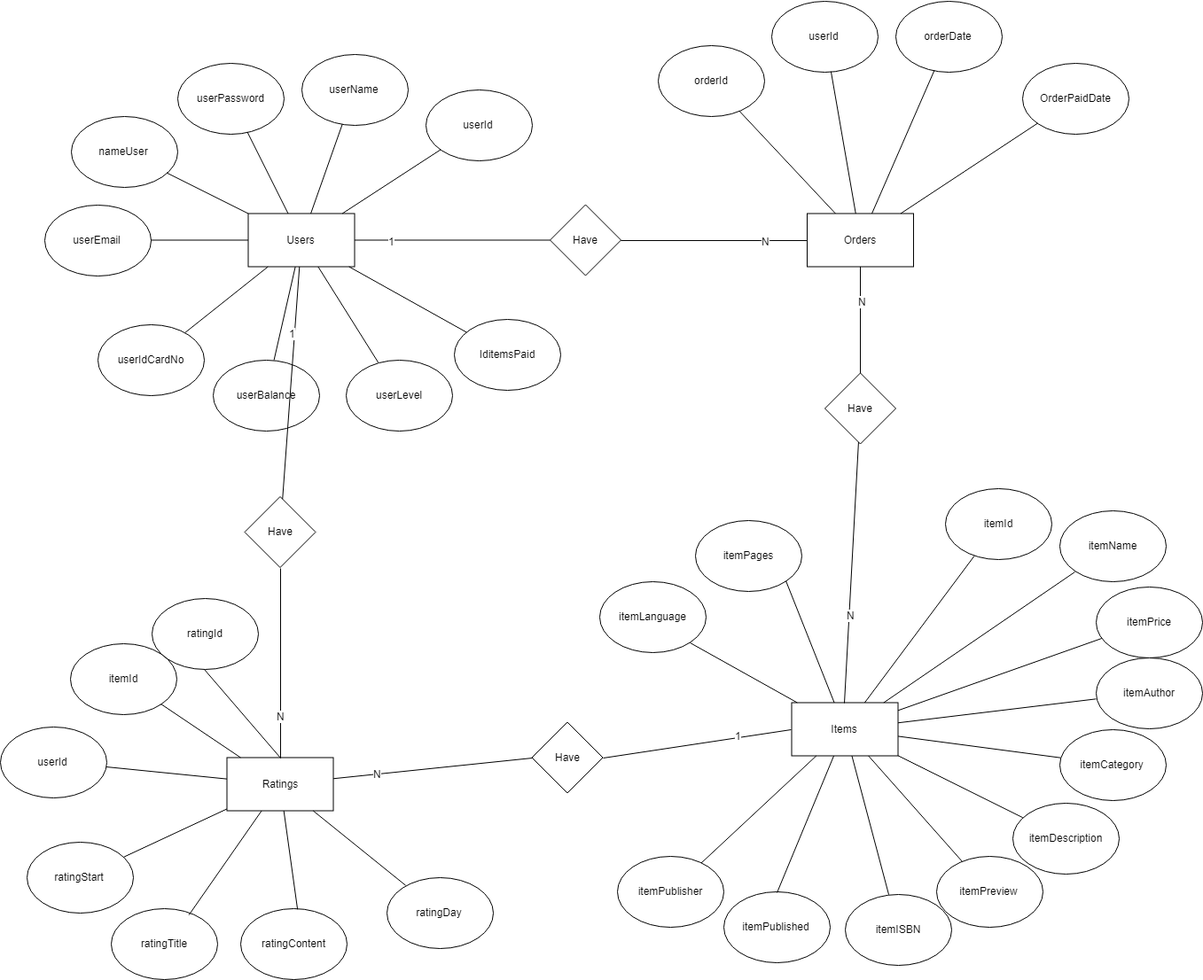
The draw.io diagram Documents/erd/erd .png in tung120320/E-Book-Order-G02, before a commit. Source tidied: cells renumbered, new cells last; positions are measured from the earlier drawing's top-left corner, leaving out a move shared by most shapes.
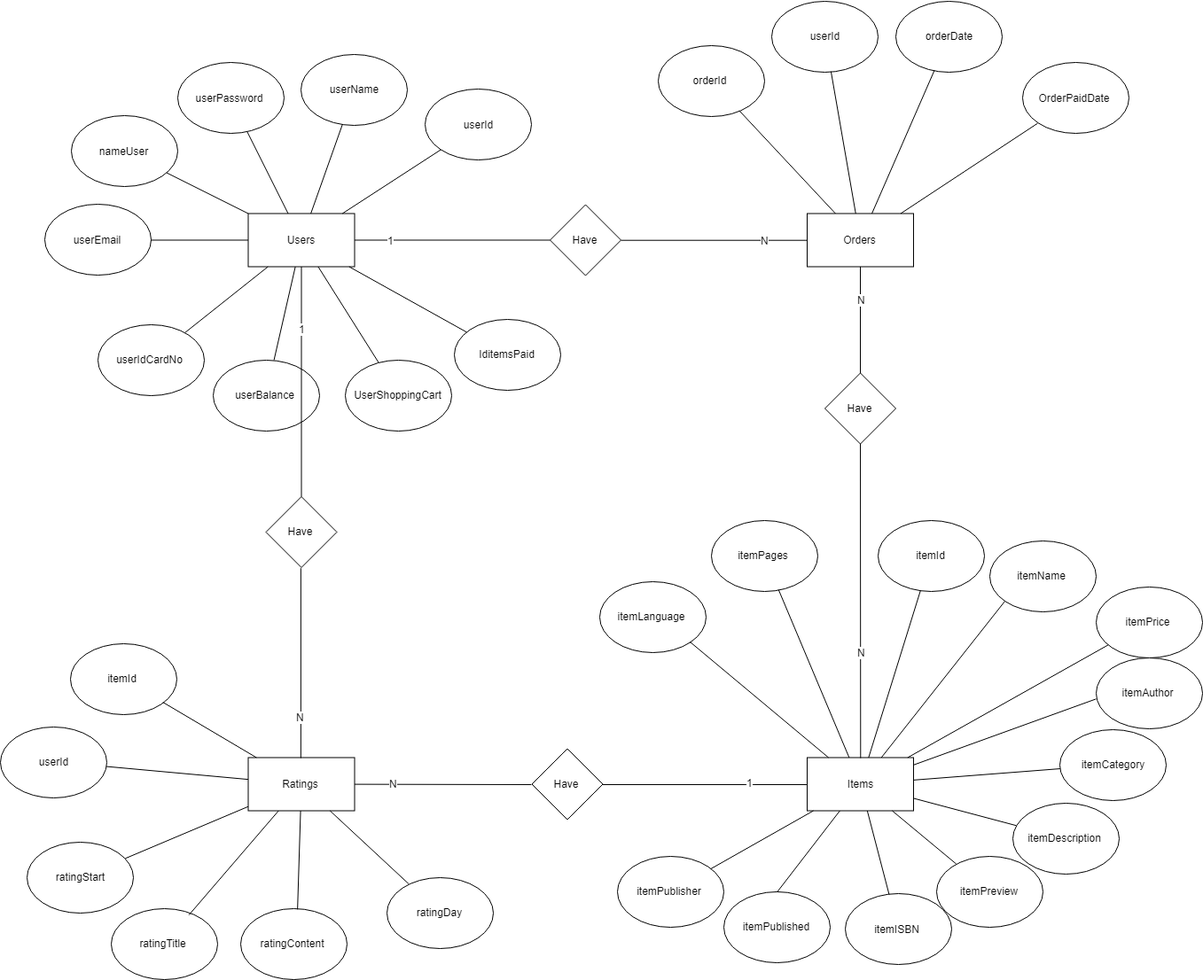
The same file after the commit.

What changed in the source:
```diff
@@ -3,7 +3,7 @@
     <mxCell id="0" />
     <mxCell id="1" parent="0" />
     <mxCell id="2" value="Items" style="rounded=0;whiteSpace=wrap;html=1;" parent="1" vertex="1">
-      <mxGeometry x="892.5" y="792.5" width="120" height="60" as="geometry" />
+      <mxGeometry x="910" y="854.5" width="120" height="60" as="geometry" />
     </mxCell>
     <mxCell id="3" value="itemPublisher&lt;br&gt;" style="ellipse;whiteSpace=wrap;html=1;" parent="1" vertex="1">
       <mxGeometry x="695.5" y="966" width="120" height="80" as="geometry" />
@@ -21,7 +21,7 @@
       <mxGeometry x="815.5" y="1006" width="120" height="80" as="geometry" />
     </mxCell>
     <mxCell id="8" value="itemPages" style="ellipse;whiteSpace=wrap;html=1;" parent="1" vertex="1">
-      <mxGeometry x="784" y="586.5" width="120" height="80" as="geometry" />
+      <mxGeometry x="801.5" y="586.5" width="120" height="80" as="geometry" />
     </mxCell>
     <mxCell id="9" value="itemISBN" style="ellipse;whiteSpace=wrap;html=1;" parent="1" vertex="1">
       <mxGeometry x="952.5" y="1008.5" width="120" height="80" as="geometry" />
@@ -33,7 +33,7 @@
       <mxGeometry x="1195" y="822.5" width="120" height="80" as="geometry" />
     </mxCell>
     <mxCell id="12" value="itemName" style="ellipse;whiteSpace=wrap;html=1;" parent="1" vertex="1">
-      <mxGeometry x="1195" y="576" width="120" height="80" as="geometry" />
+      <mxGeometry x="1115.5" y="610" width="120" height="80" as="geometry" />
     </mxCell>
     <mxCell id="13" value="Users" style="rounded=0;whiteSpace=wrap;html=1;" parent="1" vertex="1">
       <mxGeometry x="279.5" y="240.5" width="120" height="60" as="geometry" />
@@ -60,7 +60,7 @@
       <mxGeometry x="741.5" y="50.5" width="120" height="80" as="geometry" />
     </mxCell>
     <mxCell id="21" value="itemId" style="ellipse;whiteSpace=wrap;html=1;" parent="1" vertex="1">
-      <mxGeometry x="1065.5" y="551" width="120" height="80" as="geometry" />
+      <mxGeometry x="990" y="586.5" width="120" height="80" as="geometry" />
     </mxCell>
     <mxCell id="22" style="endArrow=none;html=1;" parent="1" edge="1" source="24" target="13">
       <mxGeometry relative="1" as="geometry" />
@@ -88,7 +88,7 @@
     <mxCell id="29" style="endArrow=none;html=1;" parent="1" edge="1" source="13" target="15">
       <mxGeometry relative="1" as="geometry" />
     </mxCell>
-    <mxCell id="30" style="endArrow=none;html=1;exitX=1;exitY=1;exitDx=0;exitDy=0;" parent="1" edge="1" source="8" target="2">
+    <mxCell id="30" style="endArrow=none;html=1;" parent="1" edge="1" source="8" target="2">
       <mxGeometry relative="1" as="geometry" />
     </mxCell>
     <mxCell id="31" style="endArrow=none;html=1;exitX=0.5;exitY=0;exitDx=0;exitDy=0;" parent="1" edge="1" source="7" target="2">
@@ -153,7 +153,7 @@
     <mxCell id="50" style="endArrow=none;html=1;" parent="1" edge="1" source="18" target="49">
       <mxGeometry relative="1" as="geometry" />
     </mxCell>
-    <mxCell id="51" value="userLevel" style="ellipse;whiteSpace=wrap;html=1;" parent="1" vertex="1">
+    <mxCell id="51" value="&lt;div&gt;&lt;span&gt;UserShoppingCart&lt;/span&gt;&lt;/div&gt;" style="ellipse;whiteSpace=wrap;html=1;" parent="1" vertex="1">
       <mxGeometry x="389.5" y="405.5" width="120" height="80" as="geometry" />
     </mxCell>
     <mxCell id="52" style="endArrow=none;html=1;" parent="1" edge="1" source="13" target="51">
@@ -187,7 +187,7 @@
       <mxGeometry relative="1" as="geometry" />
     </mxCell>
     <mxCell id="62" value="Ratings" style="rounded=0;whiteSpace=wrap;html=1;" parent="1" vertex="1">
-      <mxGeometry x="255.5" y="854.5" width="120" height="60" as="geometry" />
+      <mxGeometry x="279.5" y="854.5" width="120" height="60" as="geometry" />
     </mxCell>
     <mxCell id="63" value="ratingStart" style="ellipse;whiteSpace=wrap;html=1;" parent="1" vertex="1">
       <mxGeometry x="30" y="949.5" width="120" height="80" as="geometry" />
@@ -230,7 +230,7 @@
       <mxGeometry x="0.56" y="-1" relative="1" as="geometry" />
     </mxCell>
     <mxCell id="75" value="Have" style="rhombus;whiteSpace=wrap;html=1;" parent="1" vertex="1">
-      <mxGeometry x="599.5" y="814.5" width="80" height="80" as="geometry" />
+      <mxGeometry x="599.5" y="844.5" width="80" height="80" as="geometry" />
     </mxCell>
     <mxCell id="76" value="ratingDay" style="ellipse;whiteSpace=wrap;html=1;" parent="1" vertex="1">
       <mxGeometry x="435.5" y="989.6" width="120" height="80" as="geometry" />
@@ -244,12 +244,6 @@
     <mxCell id="79" value="1" style="text;html=1;align=center;verticalAlign=middle;labelBackgroundColor=#ffffff;" parent="78" vertex="1">
       <mxGeometry x="0.43" y="3" relative="1" as="geometry" />
     </mxCell>
-    <mxCell id="80" value="ratingId" style="ellipse;whiteSpace=wrap;html=1;" parent="1" vertex="1">
-      <mxGeometry x="170.5" y="674.5" width="120" height="80" as="geometry" />
-    </mxCell>
-    <mxCell id="81" style="endArrow=none;html=1;exitX=0.5;exitY=0;exitDx=0;exitDy=0;entryX=0.5;entryY=1;entryDx=0;entryDy=0;" parent="1" edge="1" source="62" target="80">
-      <mxGeometry relative="1" as="geometry" />
-    </mxCell>
     <mxCell id="82" value="itemAuthor" style="ellipse;whiteSpace=wrap;html=1;" parent="1" vertex="1">
       <mxGeometry x="1235.5" y="742" width="120" height="80" as="geometry" />
     </mxCell>
@@ -266,13 +260,15 @@
       <mxGeometry x="0.56" y="-1" relative="1" as="geometry" />
     </mxCell>
     <mxCell id="87" value="Have" style="rhombus;whiteSpace=wrap;html=1;" parent="1" vertex="1">
-      <mxGeometry x="275.5" y="560" width="80" height="80" as="geometry" />
+      <mxGeometry x="299.5" y="560" width="80" height="80" as="geometry" />
     </mxCell>
     <mxCell id="88" style="endArrow=none;html=1;" parent="1" edge="1" source="87" target="13">
       <mxGeometry relative="1" as="geometry" />
     </mxCell>
     <mxCell id="89" value="1" style="text;html=1;align=center;verticalAlign=middle;labelBackgroundColor=#ffffff;" parent="88" vertex="1">
-      <mxGeometry x="0.43" y="3" relative="1" as="geometry" />
+      <mxGeometry x="0.43" y="3" relative="1" as="geometry">
+        <mxPoint x="3" y="-4" as="offset" />
+      </mxGeometry>
     </mxCell>
   </root>
 </mxGraphModel>
```
